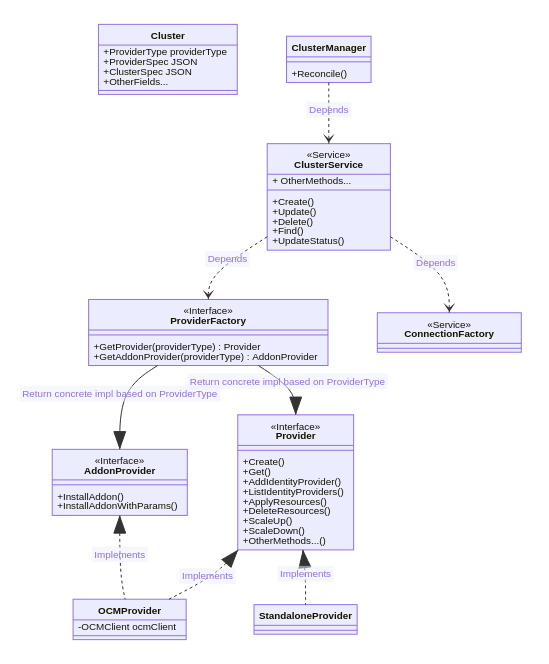
Earlier version of the Mermaid export docs/images/cluster-management-abstraction.png (bf2fc6cc711aee1a0c2a/kas-fleet-manager). Its source is kept beside it as docs/mermaid-diagrams-source/cluster-management-abstraction.mmd.
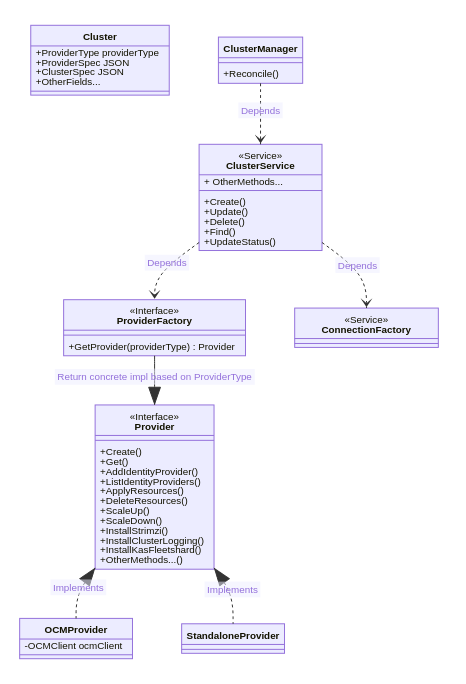
Above is the later version.

Diff of the diagram source:
```diff
@@ -16,19 +16,15 @@
       + DeleteResources()
       + ScaleUp()
       + ScaleDown()
+      + InstallStrimzi()
+      + InstallClusterLogging()
+      + InstallKasFleetshard()
       + OtherMethods...()
-  }
-
-  class AddonProvider {
-      <<Interface>>
-      + InstallAddon()
-      + InstallAddonWithParams()
   }
 
   class ProviderFactory {
       <<Interface>>
       +GetProvider(providerType) Provider
-      +GetAddonProvider(providerType) AddonProvider
   }
 
   class OCMProvider{
@@ -58,9 +54,7 @@
 
   Provider <|.. OCMProvider: Implements
   Provider <|.. StandaloneProvider: Implements
-  AddonProvider <|.. OCMProvider: Implements
   ProviderFactory --|> Provider: Return concrete impl based on ProviderType
-  ProviderFactory --|> AddonProvider: Return concrete impl based on ProviderType
   ClusterService ..> ProviderFactory: Depends
   ClusterService ..> ConnectionFactory: Depends
   ClusterManager ..> ClusterService: Depends
```
